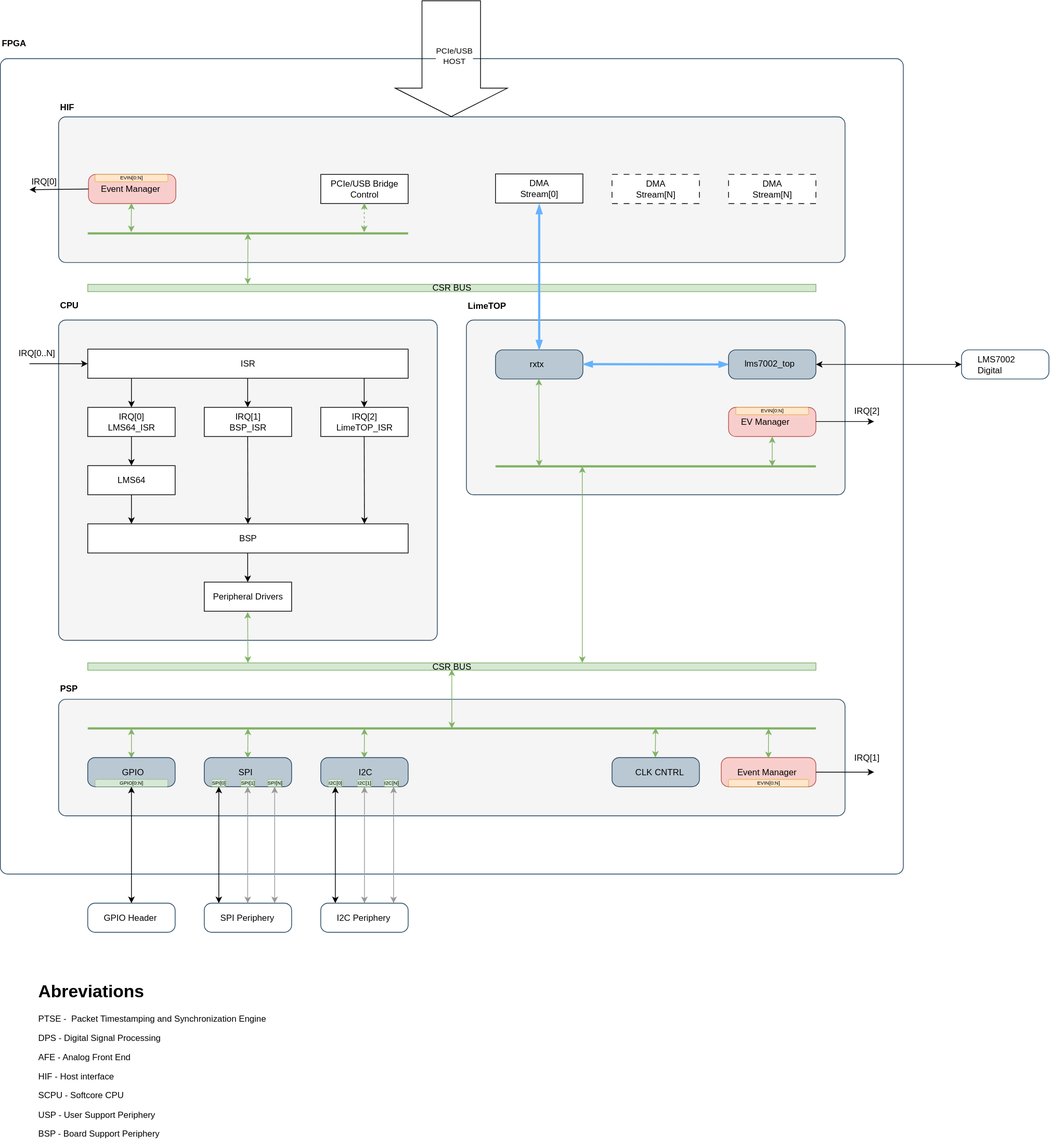
Above: docs/docs/images/LimeSDR_GW_Architecture.drawio.svg in myriadrf/LimeSDR_GW (draw.io), before the change. Source tidied: cells renumbered, new cells last; positions are measured from the earlier drawing's top-left corner, leaving out a move shared by most shapes.
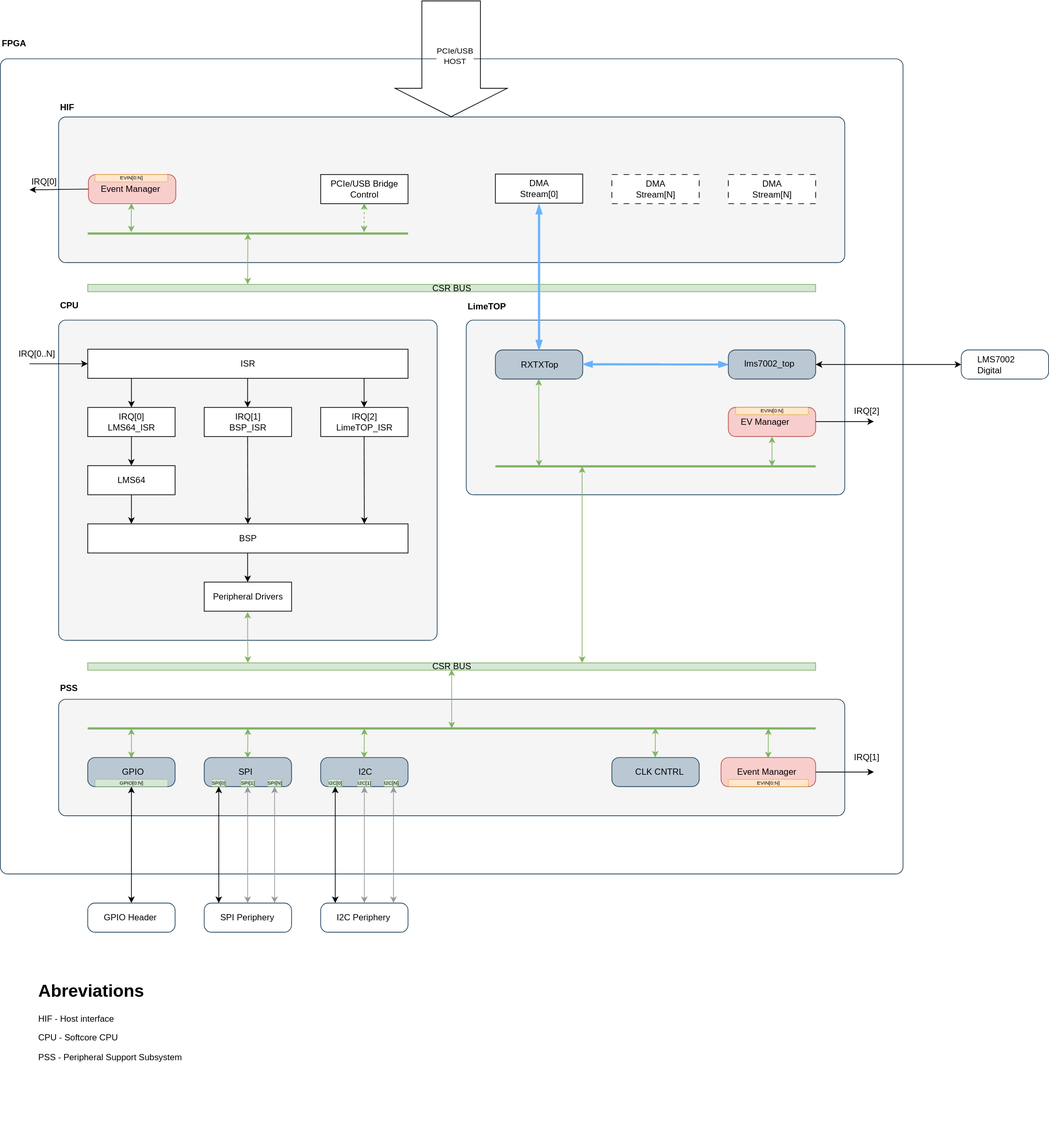
Later version of the same file.

The edit, as a diff of the source:
```diff
@@ -20,7 +20,7 @@
     <mxCell id="7" style="html=1;whiteSpace=wrap;fillColor=#F5F5F5;shape=mxgraph.archimate3.application;appType=generic;archiType=rounded;strokeColor=#23445d;" parent="1" vertex="1">
       <mxGeometry x="80" y="439" width="520" height="440" as="geometry" />
     </mxCell>
-    <mxCell id="8" value="PSP" style="text;strokeColor=none;align=left;fillColor=none;html=1;verticalAlign=middle;whiteSpace=wrap;rounded=0;fontStyle=1;" parent="1" vertex="1">
+    <mxCell id="8" value="PSS" style="text;strokeColor=none;align=left;fillColor=none;html=1;verticalAlign=middle;whiteSpace=wrap;rounded=0;fontStyle=1;" parent="1" vertex="1">
       <mxGeometry x="80" y="930" width="520" height="30" as="geometry" />
     </mxCell>
     <mxCell id="9" style="group;" parent="1" vertex="1">
@@ -113,7 +113,7 @@
     <mxCell id="31" value="PCIe/USB&lt;div&gt;HOST&lt;/div&gt;" style="edgeLabel;html=1;align=center;verticalAlign=middle;" parent="30" vertex="1">
       <mxGeometry x="-0.06" y="3" relative="1" as="geometry" />
     </mxCell>
-    <mxCell id="32" value="&lt;h1 style=&quot;margin-top: 0px;&quot;&gt;Abreviations&lt;/h1&gt;&lt;p&gt;PTSE -&amp;nbsp; Packet Timestamping and Synchronization Engine&lt;/p&gt;&lt;p&gt;DPS - Digital Signal Processing&lt;/p&gt;&lt;p&gt;AFE - Analog Front End&lt;/p&gt;&lt;p&gt;HIF - Host interface&lt;/p&gt;&lt;p&gt;SCPU - Softcore CPU&lt;/p&gt;&lt;p&gt;USP - User Support Periphery&lt;/p&gt;&lt;p&gt;BSP - Board Support Periphery&lt;/p&gt;&lt;p&gt;&lt;br&gt;&lt;/p&gt;&lt;p&gt;&lt;br&gt;&lt;/p&gt;" style="text;html=1;whiteSpace=wrap;overflow=hidden;rounded=0;" parent="1" vertex="1">
+    <mxCell id="32" value="&lt;h1 style=&quot;margin-top: 0px;&quot;&gt;Abreviations&lt;/h1&gt;&lt;p&gt;HIF - Host interface&lt;/p&gt;&lt;p&gt;CPU - Softcore CPU&lt;/p&gt;&lt;p&gt;PSS - Peripheral Support Subsystem&lt;/p&gt;&lt;p&gt;&lt;br&gt;&lt;/p&gt;&lt;p&gt;&lt;br&gt;&lt;/p&gt;" style="text;html=1;whiteSpace=wrap;overflow=hidden;rounded=0;" parent="1" vertex="1">
       <mxGeometry x="50" y="1340" width="360" height="230" as="geometry" />
     </mxCell>
     <mxCell id="33" value="CPU" style="text;strokeColor=none;align=left;fillColor=none;html=1;verticalAlign=middle;whiteSpace=wrap;rounded=0;fontStyle=1;" parent="1" vertex="1">
@@ -241,8 +241,8 @@
     <mxCell id="62" style="html=1;outlineConnect=0;whiteSpace=wrap;fillColor=#bac8d3;shape=mxgraph.archimate3.application;appType=generic;archiType=rounded;strokeColor=#23445d;" parent="1" vertex="1">
       <mxGeometry x="680" y="480" width="120" height="40" as="geometry" />
     </mxCell>
-    <mxCell id="63" value="rxtx" style="text;strokeColor=none;align=left;fillColor=none;html=1;verticalAlign=middle;whiteSpace=wrap;rounded=0;" parent="1" vertex="1">
-      <mxGeometry x="725" y="490" width="30" height="20" as="geometry" />
+    <mxCell id="63" value="RXTXTop" style="text;strokeColor=none;align=left;fillColor=none;html=1;verticalAlign=middle;whiteSpace=wrap;rounded=0;" parent="1" vertex="1">
+      <mxGeometry x="712.5" y="490" width="55" height="20" as="geometry" />
     </mxCell>
     <mxCell id="64" style="endArrow=blockThin;startArrow=blockThin;html=1;rounded=0;strokeWidth=3;startFill=1;endFill=1;strokeColor=#66B2FF;entryX=0.5;entryY=0;entryDx=0;entryDy=0;entryPerimeter=0;" parent="1" edge="1" target="62">
       <mxGeometry relative="1" as="geometry">
```
